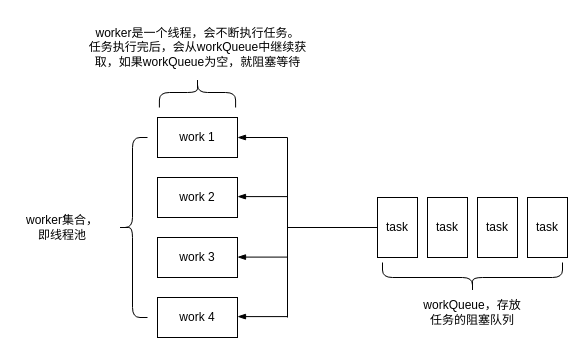
This is diagrams/Thread.drawio from elijah398/AndroidLearning, a draw.io file, before an edit. Source tidied: cells renumbered, new cells numbered last; positions are measured from the earlier drawing's top-left corner, leaving out a move shared by most shapes. Both pictures are drawn from the tidied source at 100%, with x=0, y=0 at pixel (17, 17).
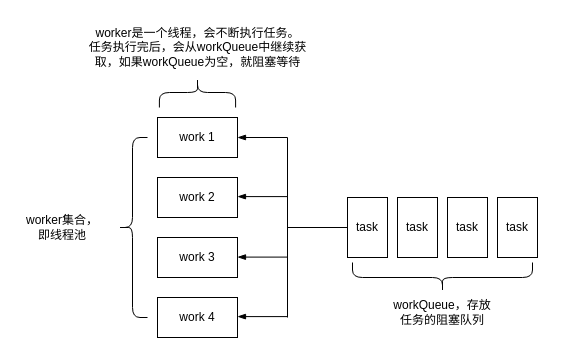
The same diagram, later.

What changed in the source:
```diff
@@
-    <mxCell id="7" style="shape=curlyBracket;whiteSpace=wrap;html=1;rounded=1;rotation=90;" parent="1" vertex="1">
+    <mxCell id="7" style="shape=curlyBracket;whiteSpace=wrap;html=1;rounded=1;rotation=90;size=0.5;" parent="1" vertex="1">
       <mxGeometry x="165" y="36.9" width="30" height="76.2" as="geometry" />
     </mxCell>
     <mxCell id="8" value="task" style="rounded=0;whiteSpace=wrap;html=1;" parent="1" vertex="1">
-      <mxGeometry x="360" y="180" width="40" height="60" as="geometry" />
+      <mxGeometry x="330" y="180" width="40" height="60" as="geometry" />
     </mxCell>
     <mxCell id="9" value="task" style="rounded=0;whiteSpace=wrap;html=1;" parent="1" vertex="1">
-      <mxGeometry x="410" y="180" width="40" height="60" as="geometry" />
+      <mxGeometry x="380" y="180" width="40" height="60" as="geometry" />
     </mxCell>
     <mxCell id="10" value="task" style="rounded=0;whiteSpace=wrap;html=1;" parent="1" vertex="1">
-      <mxGeometry x="460" y="180" width="40" height="60" as="geometry" />
+      <mxGeometry x="430" y="180" width="40" height="60" as="geometry" />
     </mxCell>
     <mxCell id="11" value="task" style="rounded=0;whiteSpace=wrap;html=1;" parent="1" vertex="1">
-      <mxGeometry x="510" y="180" width="40" height="60" as="geometry" />
+      <mxGeometry x="480" y="180" width="40" height="60" as="geometry" />
     </mxCell>
     <mxCell id="12" style="shape=curlyBracket;whiteSpace=wrap;html=1;rounded=1;rotation=-90;" parent="1" vertex="1">
-      <mxGeometry x="440" y="170" width="30" height="180" as="geometry" />
+      <mxGeometry x="410" y="170" width="30" height="180" as="geometry" />
     </mxCell>
@@
     <mxCell id="15" value="workQueue，存放任务的阻塞队列" style="text;html=1;strokeColor=none;fillColor=none;align=center;verticalAlign=middle;whiteSpace=wrap;rounded=0;" parent="1" vertex="1">
-      <mxGeometry x="405" y="280" width="100" height="30" as="geometry" />
+      <mxGeometry x="375" y="280" width="100" height="30" as="geometry" />
     </mxCell>
```
